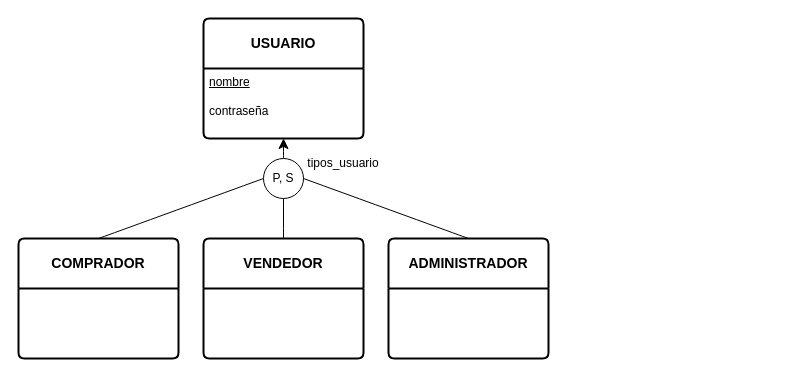
PobladoRestringido/prog2-25-B2 keeps this draw.io diagram as docs/modelos_datos/entidad_relacion.drawio. Above is the earlier version. Source tidied: cells renumbered, new cells numbered last; positions are measured from the earlier drawing's top-left corner, leaving out a move shared by most shapes. Both pictures are drawn from the tidied source at 100%, with x=0, y=0 at pixel (18, 18).
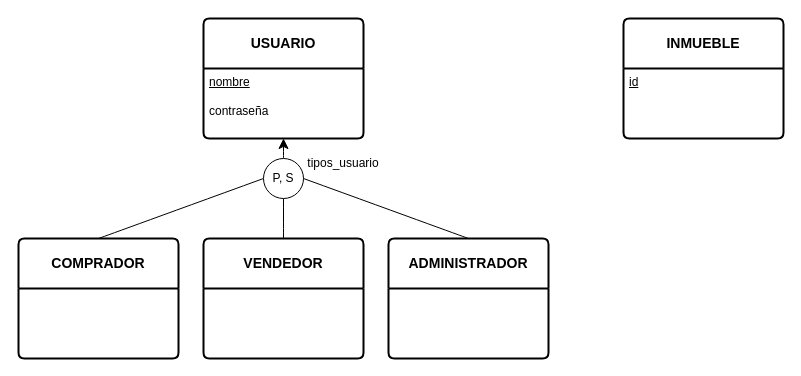
The same page after the edit.

What changed in the source:
```diff
@@
 <mxGraphModel>
   <root>
     <mxCell id="0" />
     <mxCell id="1" parent="0" />
     <mxCell id="2" value="&lt;b&gt;USUARIO&lt;/b&gt;" style="swimlane;horizontal=1;startSize=50;rounded=1;fontSize=14;fontStyle=0;strokeWidth=2;shadow=0;dashed=0;align=center;arcSize=4;whiteSpace=wrap;html=1;" parent="1" vertex="1">
       <mxGeometry x="185" width="160" height="120" as="geometry" />
     </mxCell>
     <mxCell id="3" value="&lt;u&gt;nombre&lt;/u&gt;&lt;br&gt;&lt;br&gt;&lt;div&gt;contraseña&lt;/div&gt;" style="align=left;strokeColor=none;fillColor=none;spacingLeft=4;spacingRight=4;fontSize=12;verticalAlign=top;html=1;whiteSpace=wrap;" parent="2" vertex="1">
       <mxGeometry y="50" width="160" height="70" as="geometry" />
     </mxCell>
     <mxCell id="4" style="edgeStyle=none;curved=1;rounded=0;jettySize=auto;html=1;exitX=0.5;exitY=0;exitDx=0;exitDy=0;entryX=0;entryY=0.5;entryDx=0;entryDy=0;fontSize=12;startSize=8;endSize=8;endArrow=none;startFill=0;" parent="1" edge="1" source="5" target="11">
       <mxGeometry relative="1" as="geometry" />
     </mxCell>
     <mxCell id="5" value="&lt;b&gt;COMPRADOR&lt;/b&gt;" style="swimlane;horizontal=1;startSize=50;rounded=1;fontSize=14;fontStyle=0;strokeWidth=2;shadow=0;dashed=0;align=center;arcSize=4;whiteSpace=wrap;html=1;" parent="1" vertex="1">
       <mxGeometry y="220" width="160" height="120" as="geometry" />
     </mxCell>
     <mxCell id="6" style="edgeStyle=none;curved=1;rounded=0;jettySize=auto;html=1;exitX=0.5;exitY=0;exitDx=0;exitDy=0;entryX=0.5;entryY=1;entryDx=0;entryDy=0;fontSize=12;startSize=8;endSize=8;endArrow=none;startFill=0;" parent="1" edge="1" source="7" target="11">
       <mxGeometry relative="1" as="geometry" />
     </mxCell>
     <mxCell id="7" value="&lt;b&gt;VENDEDOR&lt;/b&gt;" style="swimlane;horizontal=1;startSize=50;rounded=1;fontSize=14;fontStyle=0;strokeWidth=2;shadow=0;dashed=0;align=center;arcSize=4;whiteSpace=wrap;html=1;" parent="1" vertex="1">
       <mxGeometry x="185" y="220" width="160" height="120" as="geometry" />
     </mxCell>
     <mxCell id="8" style="edgeStyle=none;curved=1;rounded=0;jettySize=auto;html=1;exitX=0.5;exitY=0;exitDx=0;exitDy=0;entryX=1;entryY=0.5;entryDx=0;entryDy=0;fontSize=12;startSize=8;endSize=8;endArrow=none;startFill=0;" parent="1" edge="1" source="9" target="11">
       <mxGeometry relative="1" as="geometry" />
     </mxCell>
     <mxCell id="9" value="&lt;b&gt;ADMINISTRADOR&lt;/b&gt;" style="swimlane;horizontal=1;startSize=50;rounded=1;fontSize=14;fontStyle=0;strokeWidth=2;shadow=0;dashed=0;align=center;arcSize=4;whiteSpace=wrap;html=1;" parent="1" vertex="1">
       <mxGeometry x="370" y="220" width="160" height="120" as="geometry" />
     </mxCell>
     <mxCell id="10" style="edgeStyle=none;curved=1;rounded=0;jettySize=auto;html=1;exitX=0.5;exitY=0;exitDx=0;exitDy=0;entryX=0.5;entryY=1;entryDx=0;entryDy=0;fontSize=12;startSize=8;endSize=8;" parent="1" edge="1" source="11" target="3">
       <mxGeometry relative="1" as="geometry" />
     </mxCell>
     <mxCell id="11" value="P, S" style="ellipse;whiteSpace=wrap;html=1;" parent="1" vertex="1">
       <mxGeometry x="245" y="140" width="40" height="40" as="geometry" />
     </mxCell>
     <mxCell id="12" value="tipos_usuario" style="text;html=1;align=center;verticalAlign=middle;whiteSpace=wrap;rounded=0;" parent="1" vertex="1">
       <mxGeometry x="295" y="130" width="60" height="30" as="geometry" />
     </mxCell>
+    <mxCell id="13" value="&lt;b&gt;INMUEBLE&lt;/b&gt;" style="swimlane;horizontal=1;startSize=50;rounded=1;fontSize=14;fontStyle=0;strokeWidth=2;shadow=0;dashed=0;align=center;arcSize=4;whiteSpace=wrap;html=1;" parent="1" vertex="1">
+      <mxGeometry x="605" width="160" height="120" as="geometry" />
+    </mxCell>
+    <mxCell id="14" value="&lt;u&gt;id&lt;/u&gt;&lt;br&gt;&lt;br&gt;&lt;div&gt;&lt;br&gt;&lt;/div&gt;" style="align=left;strokeColor=none;fillColor=none;spacingLeft=4;spacingRight=4;fontSize=12;verticalAlign=top;html=1;whiteSpace=wrap;" parent="13" vertex="1">
+      <mxGeometry y="50" width="160" height="70" as="geometry" />
+    </mxCell>
   </root>
 </mxGraphModel>
```
